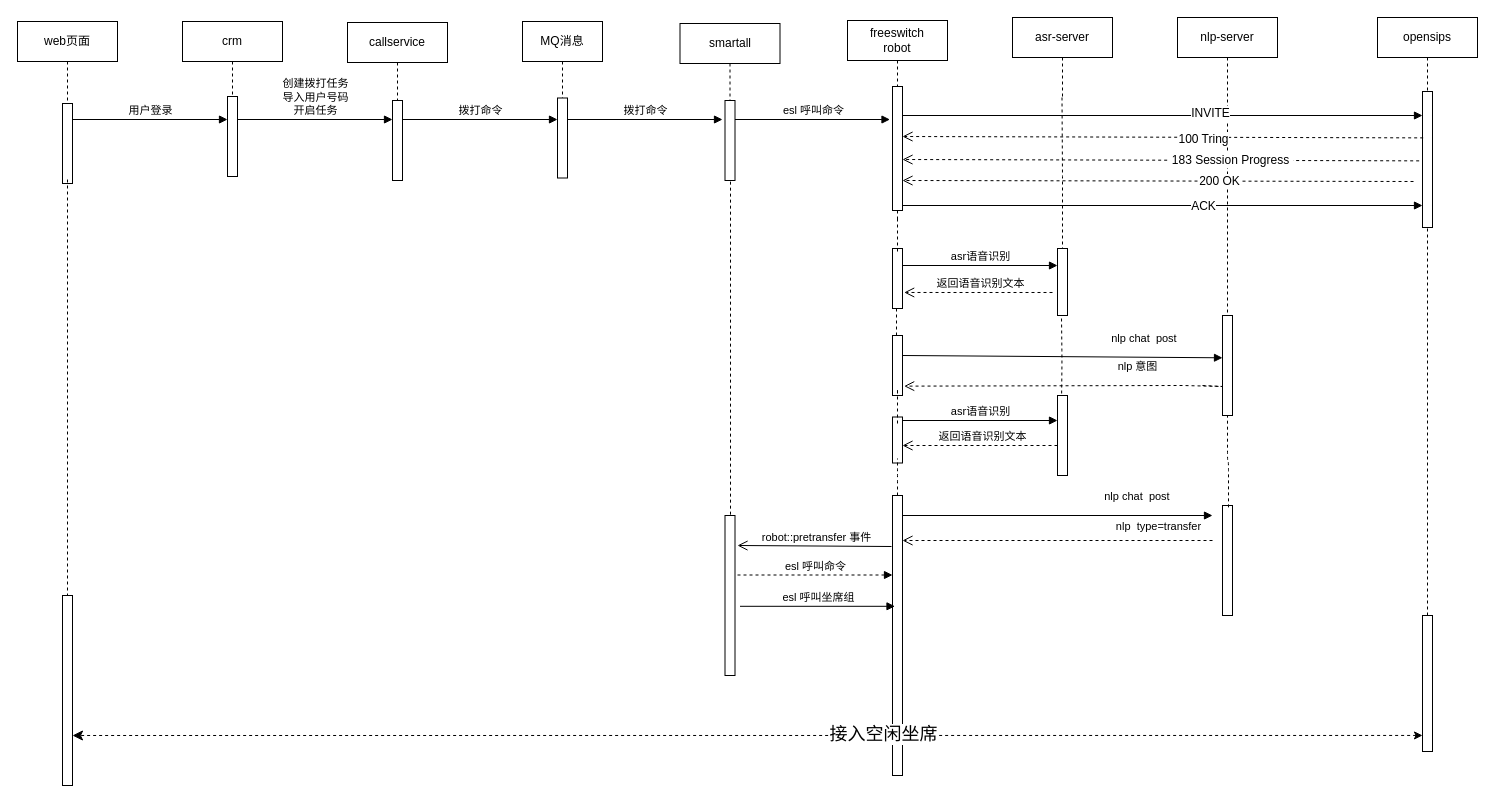
This is Untitled Diagram.drawio from shfguan/mygit, a draw.io file, before an edit. Source tidied: cells renumbered, new cells numbered last; positions are measured from the earlier drawing's top-left corner, leaving out a move shared by most shapes. Both pictures are drawn from the tidied source at 100%, with x=0, y=0 at pixel (17, 17).
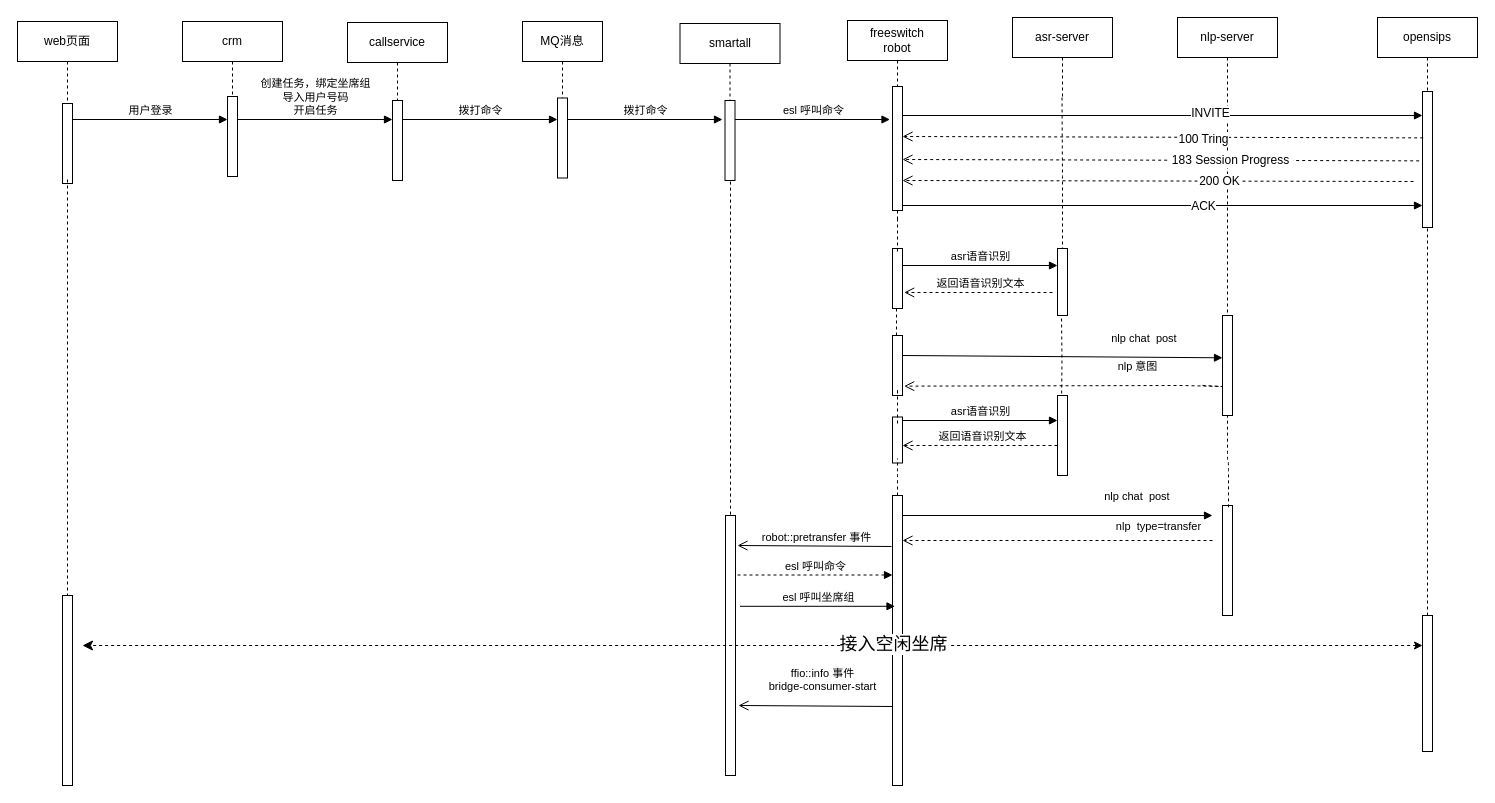
Above is the later version.

The change refers to these unchanged cells:
```xml
<mxCell id="63" style="html=1;points=[];perimeter=orthogonalPerimeter;" parent="1" vertex="1">
  <mxGeometry x="1405" y="598" width="10" height="136" as="geometry" />
</mxCell>
```

What changed in the source:
```diff
@@
-    <mxCell id="19" value="创建拨打任务&lt;br&gt;导入用户号码&lt;br&gt;开启任务&lt;br&gt;" style="html=1;verticalAlign=bottom;endArrow=block;" parent="1" edge="1">
+    <mxCell id="19" value="创建任务，绑定坐席组&lt;br&gt;导入用户号码&lt;br&gt;开启任务&lt;br&gt;" style="html=1;verticalAlign=bottom;endArrow=block;" parent="1" edge="1">
       <mxGeometry relative="1" as="geometry">
         <mxPoint x="220" y="102" as="sourcePoint" />
         <mxPoint x="375" y="102" as="targetPoint" />
       </mxGeometry>
     </mxCell>
@@
     <mxCell id="34" style="html=1;points=[];perimeter=orthogonalPerimeter;" parent="1" vertex="1">
-      <mxGeometry x="707.5" y="498" width="10" height="160" as="geometry" />
+      <mxGeometry x="708" y="498" width="10" height="260" as="geometry" />
     </mxCell>
@@
     <mxCell id="41" style="html=1;points=[];perimeter=orthogonalPerimeter;" parent="1" vertex="1">
-      <mxGeometry x="875" y="478" width="10" height="280" as="geometry" />
+      <mxGeometry x="875" y="478" width="10" height="290" as="geometry" />
     </mxCell>
@@
-    <mxCell id="65" style="html=1;verticalAlign=bottom;endArrow=classic;endSize=8;rounded=0;dashed=1;exitX=0;exitY=0.882;exitDx=0;exitDy=0;exitPerimeter=0;endFill=1;startArrow=classic;startFill=1;" parent="1" edge="1" source="63">
+    <mxCell id="65" style="html=1;verticalAlign=bottom;endArrow=classic;endSize=8;rounded=0;dashed=1;endFill=1;startArrow=classic;startFill=1;" parent="1" edge="1">
       <mxGeometry x="-0.65" y="-5" relative="1" as="geometry">
-        <mxPoint x="55" y="718" as="targetPoint" />
+        <mxPoint x="1405" y="628" as="sourcePoint" />
+        <mxPoint x="65" y="628" as="targetPoint" />
         <Array as="points">
-          <mxPoint x="55" y="718" />
+          <mxPoint x="1005" y="628" />
+          <mxPoint x="65" y="628" />
         </Array>
       </mxGeometry>
     </mxCell>
@@
+    <mxCell id="67" value="ffio::info 事件&lt;br&gt;bridge-consumer-start&lt;br&gt;" style="html=1;verticalAlign=bottom;endArrow=open;endSize=8;rounded=0;entryX=1.3;entryY=0.69;entryDx=0;entryDy=0;entryPerimeter=0;" parent="1" edge="1">
+      <mxGeometry x="-0.09" y="-11" relative="1" as="geometry">
+        <mxPoint x="875" y="689" as="sourcePoint" />
+        <mxPoint x="721" y="688" as="targetPoint" />
+      </mxGeometry>
+    </mxCell>
```
